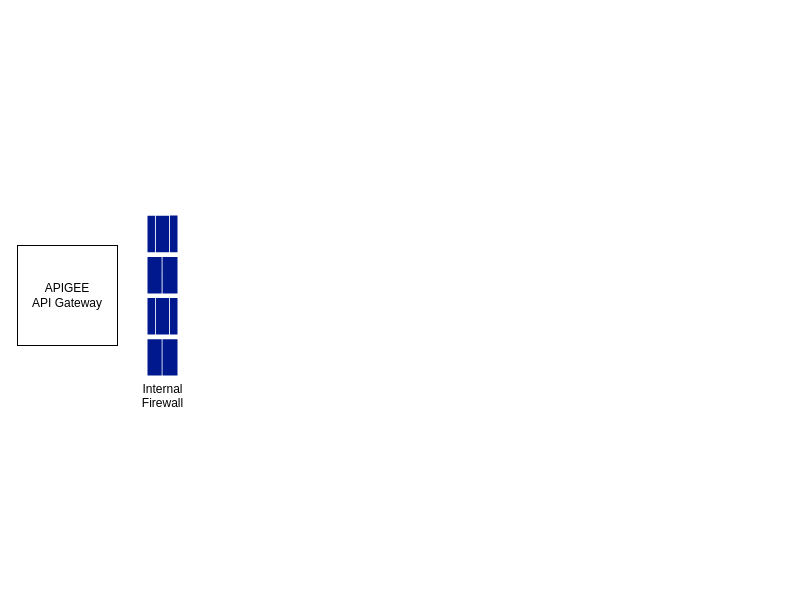
Above: Target Architecture.drawio in kpbindu/Diagrams (draw.io), before the change. Source tidied: cells renumbered, new cells numbered last; positions are measured from the earlier drawing's top-left corner, leaving out a move shared by most shapes. Both pictures are drawn from the tidied source at 100%, with x=0, y=0 at pixel (17, 215). Pictures stored in the file or linked from it are replaced by grey dashed boxes.
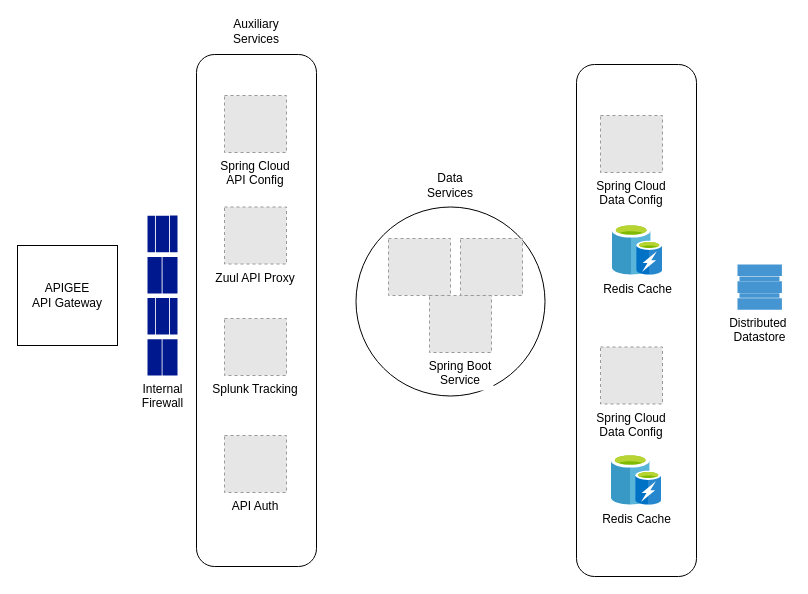
Above is the later version.

The edit, as a diff of the source:
```diff
@@
+    <mxCell id="4" style="rounded=1;whiteSpace=wrap;html=1;rotation=90;" parent="1" vertex="1">
+      <mxGeometry x="363" y="45" width="512" height="120" as="geometry" />
+    </mxCell>
+    <mxCell id="5" style="ellipse;whiteSpace=wrap;html=1;" parent="1" vertex="1">
+      <mxGeometry x="338.5" y="-8.5" width="189" height="189" as="geometry" />
+    </mxCell>
+    <mxCell id="6" style="rounded=1;whiteSpace=wrap;html=1;rotation=90;" parent="1" vertex="1">
+      <mxGeometry x="-17" y="35" width="512" height="120" as="geometry" />
+    </mxCell>
@@
+    <mxCell id="7" value="Spring Cloud &#10;API Config" style="fillColor=#E6E6E6;strokeColor=#999999;dashed=1;verticalLabelPosition=bottom;labelBackgroundColor=#ffffff;verticalAlign=top;" parent="1" vertex="1">
+      <mxGeometry x="207" y="-120" width="62" height="57" as="geometry" />
+    </mxCell>
+    <mxCell id="8" value="Splunk Tracking" style="fillColor=#E6E6E6;strokeColor=#999999;dashed=1;verticalLabelPosition=bottom;labelBackgroundColor=#ffffff;verticalAlign=top;" parent="1" vertex="1">
+      <mxGeometry x="207" y="103" width="62" height="57" as="geometry" />
+    </mxCell>
+    <mxCell id="9" value="Zuul API Proxy" style="fillColor=#E6E6E6;strokeColor=#999999;dashed=1;verticalLabelPosition=bottom;labelBackgroundColor=#ffffff;verticalAlign=top;" parent="1" vertex="1">
+      <mxGeometry x="207" y="-8.5" width="62" height="57" as="geometry" />
+    </mxCell>
+    <mxCell id="10" value="API Auth" style="fillColor=#E6E6E6;strokeColor=#999999;dashed=1;verticalLabelPosition=bottom;labelBackgroundColor=#ffffff;verticalAlign=top;" parent="1" vertex="1">
+      <mxGeometry x="207" y="220" width="62" height="57" as="geometry" />
+    </mxCell>
+    <mxCell id="11" value="Auxiliary Services" style="text;html=1;strokeColor=none;fillColor=none;align=center;verticalAlign=middle;whiteSpace=wrap;rounded=0;" parent="1" vertex="1">
+      <mxGeometry x="219" y="-194" width="40" height="20" as="geometry" />
+    </mxCell>
+    <mxCell id="12" value="Data Services" style="text;html=1;strokeColor=none;fillColor=none;align=center;verticalAlign=middle;whiteSpace=wrap;rounded=0;" parent="1" vertex="1">
+      <mxGeometry x="413" y="-40" width="40" height="20" as="geometry" />
+    </mxCell>
+    <mxCell id="13" style="fillColor=#E6E6E6;strokeColor=#999999;dashed=1;verticalLabelPosition=bottom;labelBackgroundColor=#ffffff;verticalAlign=top;" parent="1" vertex="1">
+      <mxGeometry x="371" y="23" width="62" height="57" as="geometry" />
+    </mxCell>
+    <mxCell id="14" value="Spring Boot&#10;Service" style="fillColor=#E6E6E6;strokeColor=#999999;dashed=1;verticalLabelPosition=bottom;labelBackgroundColor=#ffffff;verticalAlign=top;" parent="1" vertex="1">
+      <mxGeometry x="412" y="80" width="62" height="57" as="geometry" />
+    </mxCell>
+    <mxCell id="15" style="fillColor=#E6E6E6;strokeColor=#999999;dashed=1;verticalLabelPosition=bottom;labelBackgroundColor=#ffffff;verticalAlign=top;" parent="1" vertex="1">
+      <mxGeometry x="443" y="23" width="62" height="57" as="geometry" />
+    </mxCell>
+    <mxCell id="16" value="Redis Cache" style="html=1;perimeter=none;align=center;shadow=0;dashed=0;image;fontSize=12;image=img/lib/mscae/Cache_including_Redis.svg;" parent="1" vertex="1">
+      <mxGeometry x="595" y="10" width="50" height="50" as="geometry" />
+    </mxCell>
+    <mxCell id="17" value="Spring Cloud &#10;Data Config" style="fillColor=#E6E6E6;strokeColor=#999999;dashed=1;verticalLabelPosition=bottom;labelBackgroundColor=#ffffff;verticalAlign=top;" parent="1" vertex="1">
+      <mxGeometry x="583" y="-100" width="62" height="57" as="geometry" />
+    </mxCell>
+    <mxCell id="18" value="Redis Cache" style="html=1;perimeter=none;align=center;shadow=0;dashed=0;image;fontSize=12;image=img/lib/mscae/Cache_including_Redis.svg;" parent="1" vertex="1">
+      <mxGeometry x="594" y="240" width="50" height="50" as="geometry" />
+    </mxCell>
+    <mxCell id="19" value="Spring Cloud &#10;Data Config" style="fillColor=#E6E6E6;strokeColor=#999999;dashed=1;verticalLabelPosition=bottom;labelBackgroundColor=#ffffff;verticalAlign=top;" parent="1" vertex="1">
+      <mxGeometry x="583" y="131.5" width="62" height="57" as="geometry" />
+    </mxCell>
+    <mxCell id="20" value="Distributed&amp;nbsp;&lt;br&gt;Datastore" style="shadow=0;dashed=0;html=1;strokeColor=none;fillColor=#4495D1;labelPosition=center;verticalLabelPosition=bottom;verticalAlign=top;align=center;shape=mxgraph.veeam.2d.datastore;" parent="1" vertex="1">
+      <mxGeometry x="720" y="49" width="44.4" height="45.2" as="geometry" />
+    </mxCell>
```
